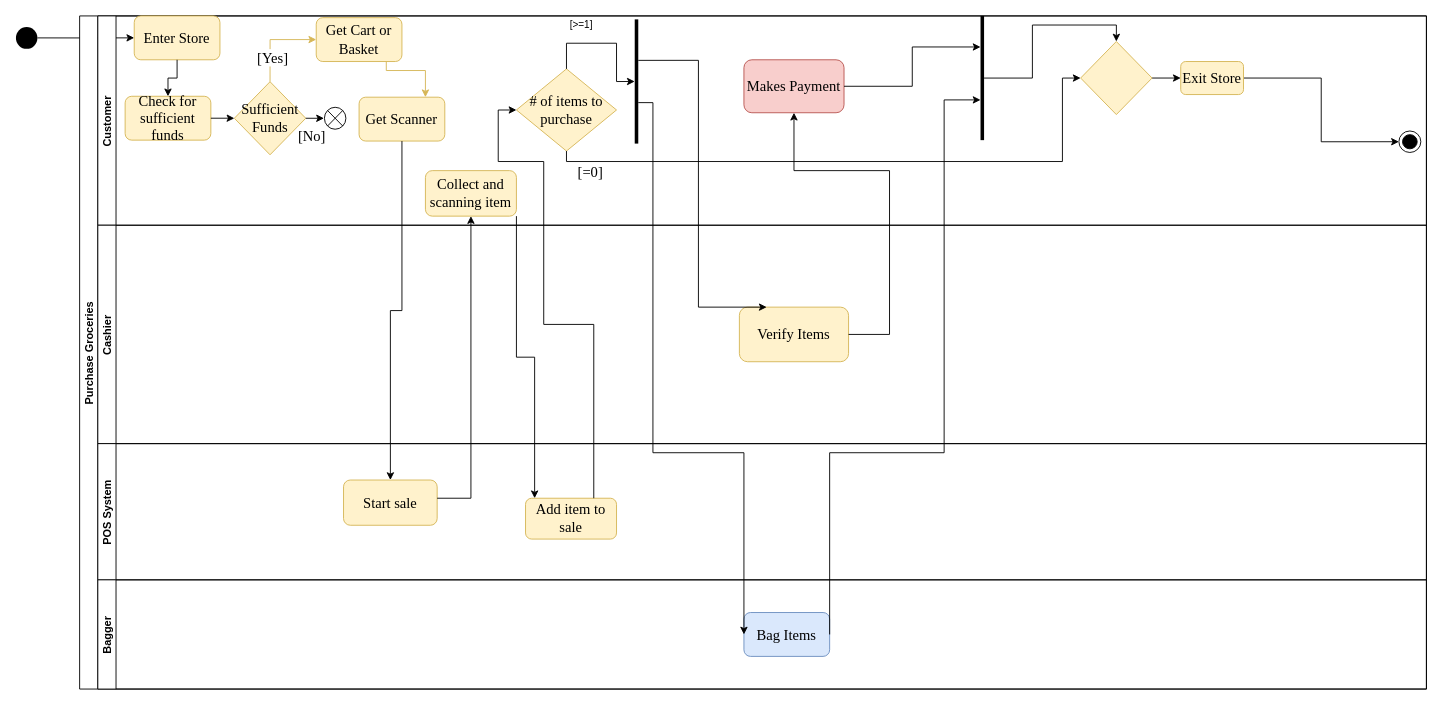
parkeraustin72/CTIS345 keeps this draw.io diagram as page "Purchase Groceries (future)" (3 of 4) of Business Process Diagram.drawio. Above is the earlier version. Source tidied: cells renumbered, new cells numbered last; positions are measured from the earlier drawing's top-left corner, leaving out a move shared by most shapes. Both pictures are drawn from the tidied source at 91%, with x=0, y=0 at pixel (15, 15).
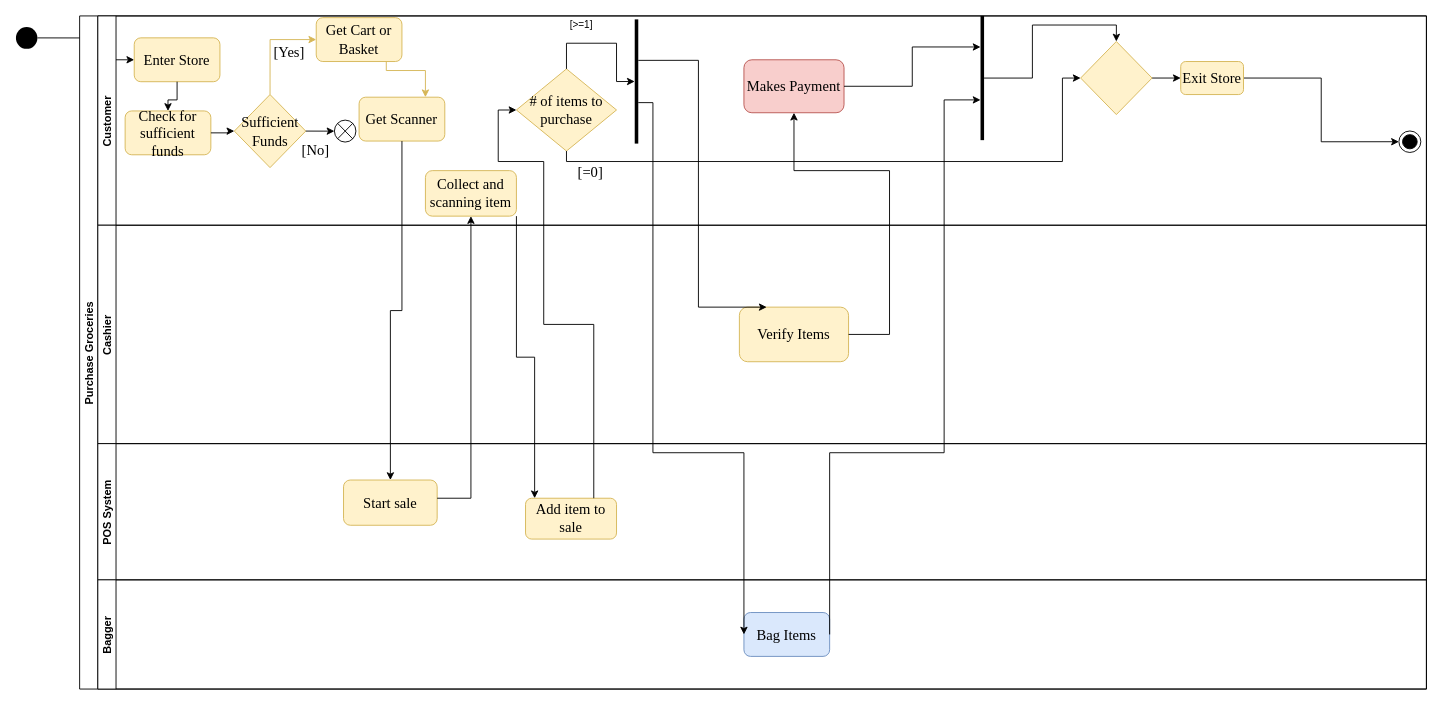
After the change.

The change refers to these unchanged cells:
```xml
<mxCell id="7" value="Customer" style="swimlane;startSize=20;horizontal=0;" parent="6" vertex="1">
  <mxGeometry x="20" width="1460" height="230" as="geometry" />
</mxCell>
<mxCell id="21" value="Get Cart or Basket" style="whiteSpace=wrap;html=1;rounded=1;fontSize=16;fillColor=#fff2cc;strokeColor=#d6b656;fontFamily=Times New Roman;" parent="7" vertex="1">
  <mxGeometry x="240" y="1.9" width="94.2" height="48.2" as="geometry" />
</mxCell>
```

The edit, as a diff of the source:
```diff
@@
     <mxCell id="15" value="Enter Store" style="rounded=1;whiteSpace=wrap;html=1;fontSize=16;fillColor=#fff2cc;strokeColor=#d6b656;fontFamily=Times New Roman;" parent="7" vertex="1">
-      <mxGeometry x="40" width="94.2" height="48.2" as="geometry" />
+      <mxGeometry x="40" y="24.1" width="94.2" height="48.2" as="geometry" />
     </mxCell>
     <mxCell id="16" value="Check for sufficient funds" style="whiteSpace=wrap;html=1;fontSize=16;fontFamily=Times New Roman;fillColor=#fff2cc;strokeColor=#d6b656;rounded=1;" parent="7" vertex="1">
-      <mxGeometry x="30" y="88.3" width="94.2" height="48.2" as="geometry" />
+      <mxGeometry x="30" y="104.4" width="94.2" height="48.2" as="geometry" />
     </mxCell>
@@
     <mxCell id="18" value="Sufficient Funds" style="rhombus;whiteSpace=wrap;html=1;fontSize=16;fontFamily=Times New Roman;fillColor=#fff2cc;strokeColor=#d6b656;rounded=1;arcSize=0;" parent="7" vertex="1">
-      <mxGeometry x="150" y="72.3" width="78.5" height="80.3" as="geometry" />
+      <mxGeometry x="150" y="86.4" width="78.5" height="80.3" as="geometry" />
     </mxCell>
-    <mxCell id="19" style="edgeStyle=orthogonalEdgeStyle;rounded=0;jettySize=auto;html=1;fontFamily=Times New Roman;fontSize=16;" parent="7" edge="1" source="16" target="18">
+    <mxCell id="19" style="edgeStyle=orthogonalEdgeStyle;rounded=0;jettySize=auto;html=1;fontFamily=Times New Roman;fontSize=16;entryX=0;entryY=0.5;entryDx=0;entryDy=0;" parent="7" edge="1" source="16" target="18">
       <mxGeometry relative="1" as="geometry" />
     </mxCell>
@@
     <mxCell id="23" value="[Yes]" style="edgeStyle=orthogonalEdgeStyle;rounded=0;jettySize=auto;html=1;fontSize=16;fillColor=#fff2cc;strokeColor=#d6b656;fontFamily=Times New Roman;exitX=0.5;exitY=0;exitDx=0;exitDy=0;entryX=0;entryY=0.5;entryDx=0;entryDy=0;" parent="7" edge="1" source="18" target="21">
-      <mxGeometry y="-20" relative="1" as="geometry" />
+      <mxGeometry x="0.46" y="-14" relative="1" as="geometry" />
     </mxCell>
     <mxCell id="24" style="shape=sumEllipse;perimeter=ellipsePerimeter;whiteSpace=wrap;html=1;backgroundOutline=1;fontFamily=Times New Roman;fontSize=16;" parent="7" vertex="1">
-      <mxGeometry x="249" y="100.4" width="23.6" height="24.1" as="geometry" />
+      <mxGeometry x="260" y="114.5" width="23.6" height="24.1" as="geometry" />
     </mxCell>
```
